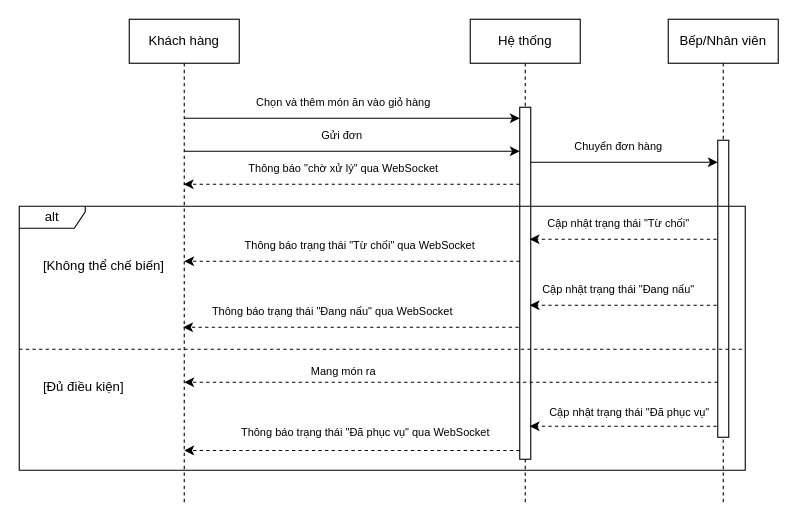
Before: diagram/sa_order.drawio in jimnguyendev/sa-qr-food, a draw.io diagram. Source tidied: cells renumbered, new cells numbered last; positions are measured from the earlier drawing's top-left corner, leaving out a move shared by most shapes. Both pictures are drawn from the tidied source at 110%, with x=0, y=0 at pixel (19, 19).
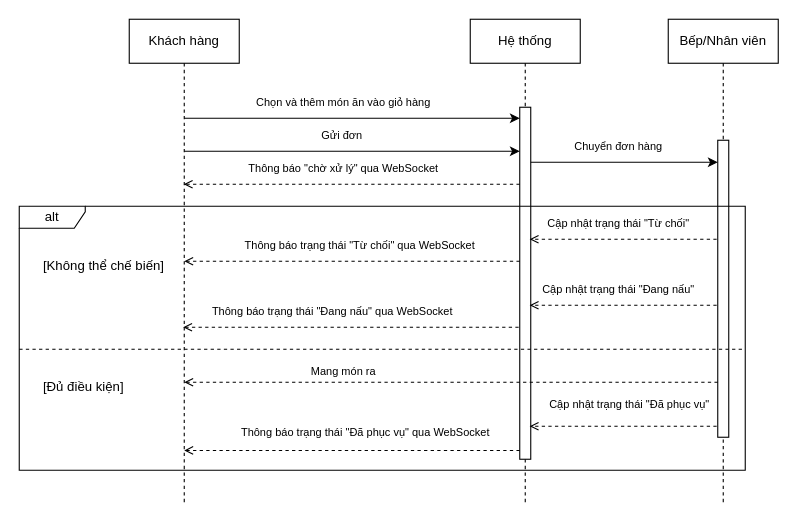
The same page after the edit.

Unchanged cells that the change refers to:
```xml
<mxCell id="2" value="Khách hàng" style="shape=umlLifeline;perimeter=lifelinePerimeter;whiteSpace=wrap;html=1;outlineConnect=0;portConstraint=eastwest;newEdgeStyle={&quot;edgeStyle&quot;:&quot;elbowEdgeStyle&quot;,&quot;elbow&quot;:&quot;vertical&quot;,&quot;curved&quot;:0,&quot;rounded&quot;:0};" parent="1" vertex="1">
  <mxGeometry x="100" width="100" height="440" as="geometry" />
</mxCell>
<mxCell id="4" style="html=1;points=[];perimeter=orthogonalPerimeter;outlineConnect=0;targetShapes=umlLifeline;portConstraint=eastwest;newEdgeStyle={&quot;edgeStyle&quot;:&quot;elbowEdgeStyle&quot;,&quot;elbow&quot;:&quot;vertical&quot;,&quot;curved&quot;:0,&quot;rounded&quot;:0};" parent="3" vertex="1">
  <mxGeometry x="45" y="80" width="10" height="320" as="geometry" />
</mxCell>
<mxCell id="6" style="html=1;points=[];perimeter=orthogonalPerimeter;outlineConnect=0;targetShapes=umlLifeline;portConstraint=eastwest;newEdgeStyle={&quot;edgeStyle&quot;:&quot;elbowEdgeStyle&quot;,&quot;elbow&quot;:&quot;vertical&quot;,&quot;curved&quot;:0,&quot;rounded&quot;:0};" parent="5" vertex="1">
  <mxGeometry x="45" y="110" width="10" height="270" as="geometry" />
</mxCell>
<mxCell id="26" value="alt" style="shape=umlFrame;whiteSpace=wrap;html=1;width=60;height=20;" parent="1" vertex="1">
  <mxGeometry y="170" width="660" height="240" as="geometry" />
</mxCell>
```

What changed in the source:
```diff
@@
-    <mxCell id="13" style="edgeStyle=elbowEdgeStyle;rounded=0;jettySize=auto;html=1;elbow=vertical;curved=0;dashed=1;" parent="1" edge="1" source="4" target="2">
+    <mxCell id="13" style="edgeStyle=elbowEdgeStyle;rounded=0;jettySize=auto;html=1;elbow=vertical;curved=0;dashed=1;endArrow=open;endFill=0;" parent="1" edge="1" source="4" target="2">
       <mxGeometry relative="1" as="geometry">
         <Array as="points">
           <mxPoint x="410" y="150" />
         </Array>
       </mxGeometry>
     </mxCell>
@@
-    <mxCell id="15" style="endArrow=classic;html=1;rounded=0;dashed=1;" parent="1" edge="1">
+    <mxCell id="15" style="endArrow=open;html=1;rounded=0;dashed=1;endFill=0;" parent="1" edge="1">
       <mxGeometry relative="1" as="geometry">
         <mxPoint x="634" y="200" as="sourcePoint" />
         <mxPoint x="464" y="200" as="targetPoint" />
         <Array as="points">
           <mxPoint x="509" y="200" />
         </Array>
       </mxGeometry>
     </mxCell>
-    <mxCell id="16" value="&lt;span style=&quot;font-size: 10px;&quot;&gt;Cập nhật trạng thái &quot;Từ chối&quot;&lt;/span&gt;" style="text;html=1;align=center;verticalAlign=middle;whiteSpace=wrap;rounded=0;" parent="1" vertex="1">
-      <mxGeometry x="460" y="170" width="170" height="30" as="geometry" />
-    </mxCell>
-    <mxCell id="17" style="edgeStyle=elbowEdgeStyle;rounded=0;orthogonalLoop=1;jettySize=auto;html=1;elbow=vertical;curved=0;dashed=1;" parent="1" edge="1">
+    <mxCell id="17" style="edgeStyle=elbowEdgeStyle;rounded=0;orthogonalLoop=1;jettySize=auto;html=1;elbow=vertical;curved=0;dashed=1;endArrow=open;endFill=0;" parent="1" edge="1">
       <mxGeometry relative="1" as="geometry">
         <mxPoint x="455" y="220" as="sourcePoint" />
         <mxPoint x="150" y="220" as="targetPoint" />
         <Array as="points">
           <mxPoint x="410" y="220" />
         </Array>
       </mxGeometry>
     </mxCell>
@@
-    <mxCell id="19" style="endArrow=classic;html=1;rounded=0;dashed=1;" parent="1" edge="1">
+    <mxCell id="19" style="endArrow=open;html=1;rounded=0;dashed=1;endFill=0;" parent="1" edge="1">
       <mxGeometry relative="1" as="geometry">
         <mxPoint x="634" y="260" as="sourcePoint" />
         <mxPoint x="464" y="260" as="targetPoint" />
         <Array as="points">
           <mxPoint x="509" y="260" />
         </Array>
       </mxGeometry>
     </mxCell>
-    <mxCell id="20" value="&lt;span style=&quot;font-size: 10px;&quot;&gt;Cập nhật trạng thái &quot;Đang nấu&quot;&lt;/span&gt;" style="text;html=1;align=center;verticalAlign=middle;whiteSpace=wrap;rounded=0;" parent="1" vertex="1">
-      <mxGeometry x="460" y="230" width="170" height="30" as="geometry" />
-    </mxCell>
-    <mxCell id="21" style="edgeStyle=elbowEdgeStyle;rounded=0;jettySize=auto;html=1;elbow=vertical;curved=0;dashed=1;" parent="1" edge="1" source="6">
+    <mxCell id="21" style="edgeStyle=elbowEdgeStyle;rounded=0;jettySize=auto;html=1;elbow=vertical;curved=0;dashed=1;endArrow=open;endFill=0;" parent="1" edge="1" source="6">
       <mxGeometry relative="1" as="geometry">
         <mxPoint x="150" y="330" as="targetPoint" />
         <Array as="points">
           <mxPoint x="410" y="330" />
         </Array>
       </mxGeometry>
     </mxCell>
-    <mxCell id="22" style="endArrow=classic;html=1;rounded=0;dashed=1;" parent="1" edge="1">
+    <mxCell id="22" style="endArrow=open;html=1;rounded=0;dashed=1;endFill=0;" parent="1" edge="1">
       <mxGeometry relative="1" as="geometry">
         <mxPoint x="634" y="370" as="sourcePoint" />
         <mxPoint x="464" y="370" as="targetPoint" />
         <Array as="points">
           <mxPoint x="509" y="370" />
         </Array>
       </mxGeometry>
     </mxCell>
-    <mxCell id="23" value="&lt;span style=&quot;font-size: 10px;&quot;&gt;Cập nhật trạng thái &quot;Đã phục vụ&quot;&lt;/span&gt;" style="text;html=1;align=center;verticalAlign=middle;whiteSpace=wrap;rounded=0;" parent="1" vertex="1">
-      <mxGeometry x="470" y="342" width="170" height="30" as="geometry" />
-    </mxCell>
-    <mxCell id="24" style="edgeStyle=elbowEdgeStyle;rounded=0;orthogonalLoop=1;jettySize=auto;html=1;elbow=vertical;curved=0;dashed=1;" parent="1" edge="1">
+    <mxCell id="24" style="edgeStyle=elbowEdgeStyle;rounded=0;orthogonalLoop=1;jettySize=auto;html=1;elbow=vertical;curved=0;dashed=1;endArrow=open;endFill=0;" parent="1" edge="1">
       <mxGeometry relative="1" as="geometry">
         <mxPoint x="455" y="392" as="sourcePoint" />
         <mxPoint x="150" y="392" as="targetPoint" />
         <Array as="points">
           <mxPoint x="410" y="392" />
         </Array>
       </mxGeometry>
     </mxCell>
@@
-    <mxCell id="30" style="edgeStyle=elbowEdgeStyle;rounded=0;orthogonalLoop=1;jettySize=auto;html=1;elbow=vertical;curved=0;dashed=1;" parent="26" edge="1">
+    <mxCell id="30" style="edgeStyle=elbowEdgeStyle;rounded=0;orthogonalLoop=1;jettySize=auto;html=1;elbow=vertical;curved=0;dashed=1;endArrow=open;endFill=0;" parent="26" edge="1">
       <mxGeometry relative="1" as="geometry">
         <mxPoint x="454" y="110" as="sourcePoint" />
         <mxPoint x="149" y="110" as="targetPoint" />
         <Array as="points">
           <mxPoint x="409" y="110" />
         </Array>
       </mxGeometry>
     </mxCell>
@@
+    <mxCell id="20" value="&lt;span style=&quot;font-size: 10px;&quot;&gt;Cập nhật trạng thái &quot;Đang nấu&quot;&lt;/span&gt;" style="text;html=1;align=center;verticalAlign=middle;whiteSpace=wrap;rounded=0;" parent="26" vertex="1">
+      <mxGeometry x="460" y="60" width="170" height="30" as="geometry" />
+    </mxCell>
+    <mxCell id="16" value="&lt;span style=&quot;font-size: 10px;&quot;&gt;Cập nhật trạng thái &quot;Từ chối&quot;&lt;/span&gt;" style="text;html=1;align=center;verticalAlign=middle;whiteSpace=wrap;rounded=0;" parent="26" vertex="1">
+      <mxGeometry x="460" width="170" height="30" as="geometry" />
+    </mxCell>
+    <mxCell id="23" value="&lt;span style=&quot;font-size: 10px;&quot;&gt;Cập nhật trạng thái &quot;Đã phục vụ&quot;&lt;/span&gt;" style="text;html=1;align=center;verticalAlign=middle;whiteSpace=wrap;rounded=0;" parent="26" vertex="1">
+      <mxGeometry x="470" y="165" width="170" height="30" as="geometry" />
+    </mxCell>
```
